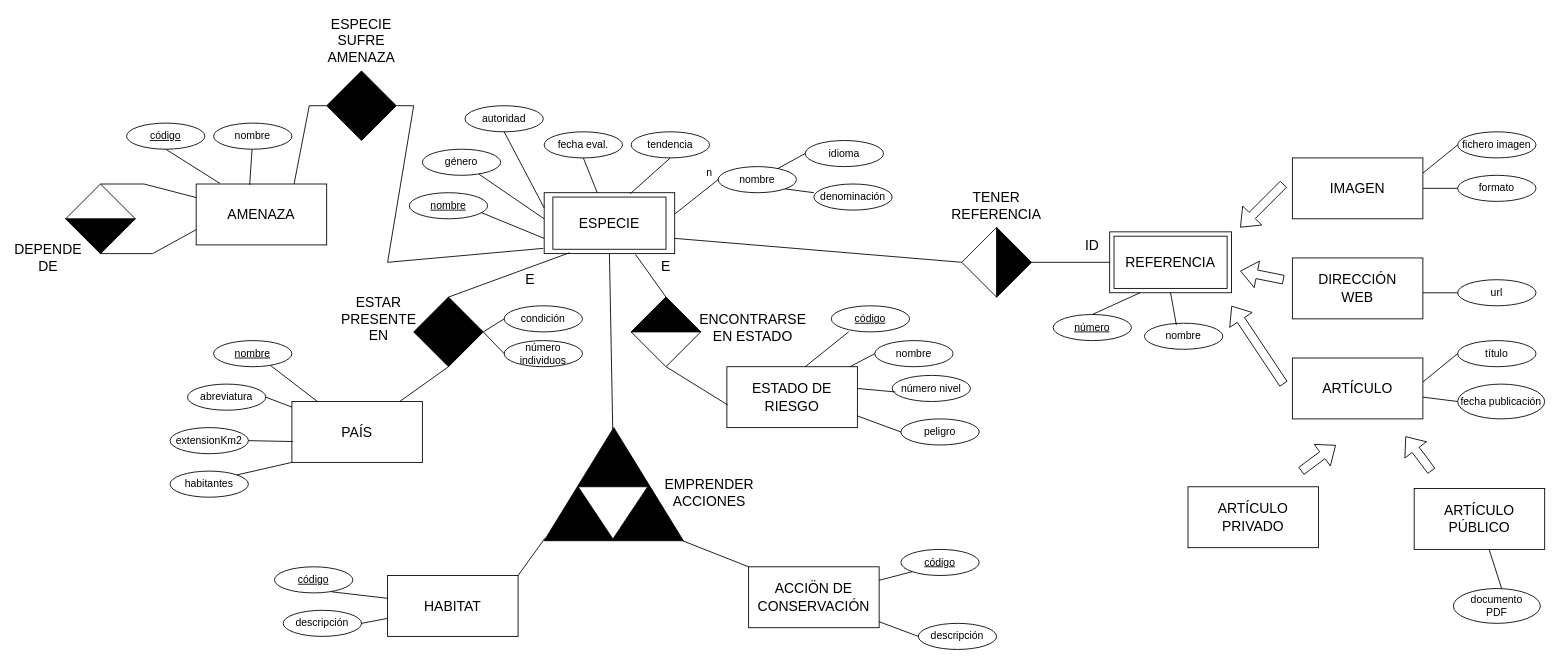
The draw.io diagram 0203-ModelEntitatRelacioYModelRelacional/0282b1-especiesAmenacades-EER.drawio in ncabanes/sv2023-basesDeDades, before the edit. Source tidied: cells renumbered, new cells numbered last; positions are measured from the earlier drawing's top-left corner, leaving out a move shared by most shapes. Both pictures are drawn from the tidied source at 87%, with x=0, y=0 at pixel (22, 27).
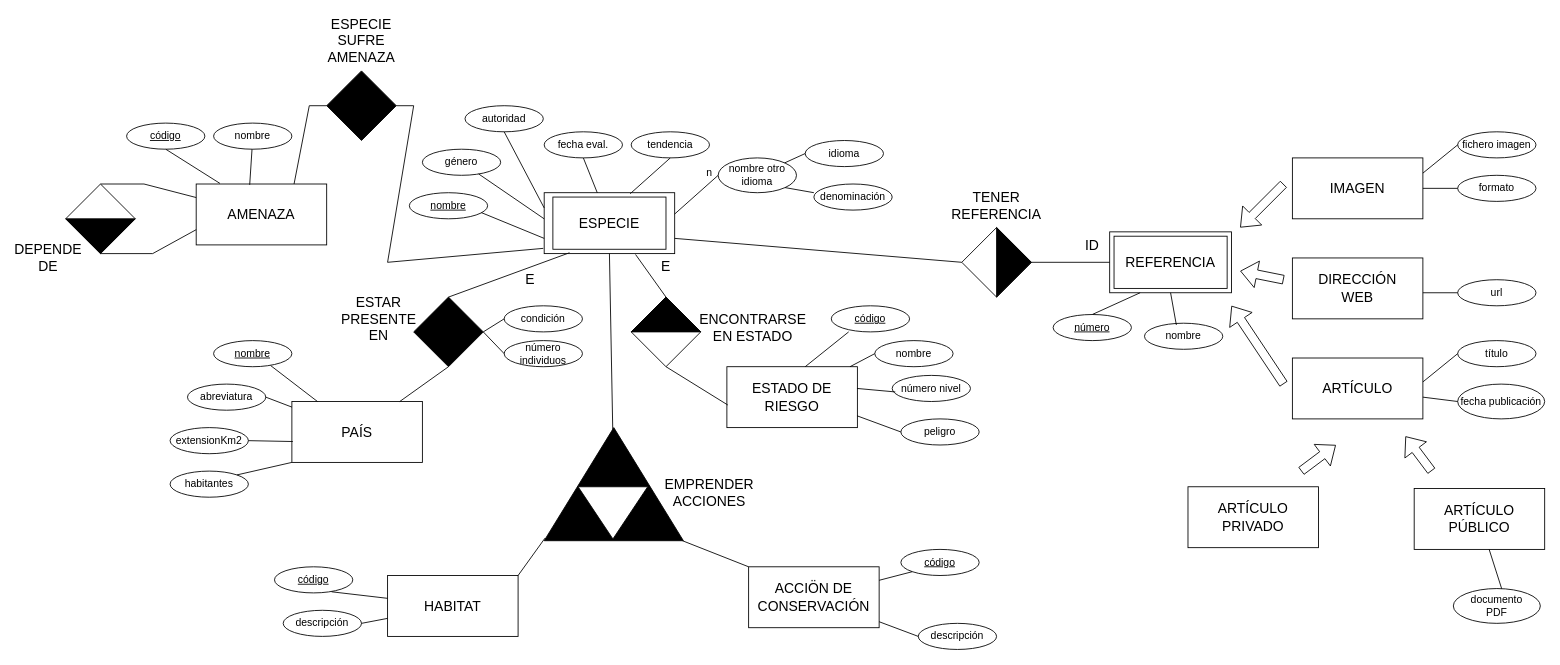
The same diagram, later.

Commit message (it also covers changes not shown here):
2.85: Especies amenaçades (MR)

Diff of the diagram source:
```diff
@@
-    <mxCell id="8" value="nombre" style="ellipse;whiteSpace=wrap;html=1;" parent="1" vertex="1">
-      <mxGeometry x="800" y="160" width="90" height="30" as="geometry" />
+    <mxCell id="8" value="nombre otro&lt;br&gt;idioma" style="ellipse;whiteSpace=wrap;html=1;" parent="1" vertex="1">
+      <mxGeometry x="800" y="150" width="90" height="40" as="geometry" />
     </mxCell>
```
